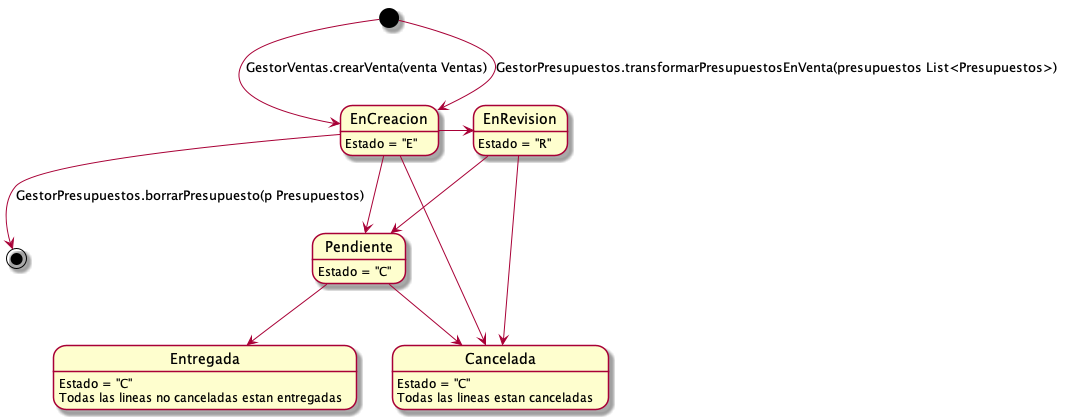
This is Informe Final/Imagenes/DiagramasEstado/DiagramaDeEstado/ventas.png from ZMGestion/DocumentacionZMGestion, a PlantUML export, as it was before one commit.
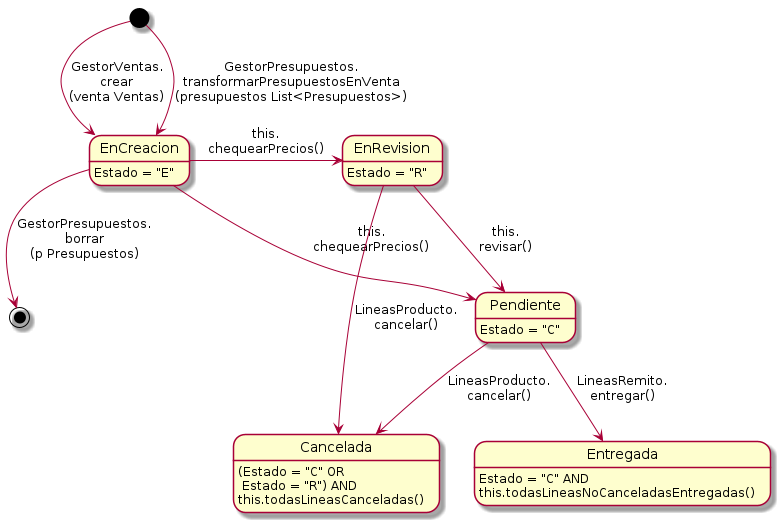
Later version of the same file.

Change to the diagram source:
```diff
@@ -3,21 +3,20 @@
 
 EnCreacion: Estado = "E"
 EnRevision: Estado = "R"
-Cancelada: Estado = "C"
-Cancelada: Todas las lineas estan canceladas
+Cancelada: (Estado = "C" OR\n Estado = "R") AND
+Cancelada: this.todasLineasCanceladas()
 Pendiente: Estado = "C"
-Entregada: Estado = "C"
-Entregada: Todas las lineas no canceladas estan entregadas
+Entregada: Estado = "C" AND
+Entregada: this.todasLineasNoCanceladasEntregadas()
 
-[*] --> EnCreacion: GestorVentas.crearVenta(venta Ventas)
-[*] --> EnCreacion: GestorPresupuestos.transformarPresupuestosEnVenta(presupuestos List<Presupuestos>)
-EnCreacion --> [*]: GestorPresupuestos.borrarPresupuesto(p Presupuestos)
-EnCreacion -> EnRevision
-EnCreacion --> Pendiente
-EnCreacion --> Cancelada
-EnRevision --> Cancelada
-EnRevision --> Pendiente
-Pendiente --> Cancelada
-Pendiente --> Entregada
+[*] --> EnCreacion: GestorVentas.\ncrear\n(venta Ventas)
+[*] --> EnCreacion: GestorPresupuestos.\ntransformarPresupuestosEnVenta\n(presupuestos List<Presupuestos>)
+EnCreacion --> [*]: GestorPresupuestos.\nborrar\n(p Presupuestos)
+EnCreacion -> EnRevision: this.\nchequearPrecios()
+EnCreacion --> Pendiente: this.\nchequearPrecios()
+EnRevision --> Cancelada: LineasProducto.\ncancelar()
+EnRevision --> Pendiente: this.\nrevisar()
+Pendiente --> Cancelada: LineasProducto.\ncancelar()
+Pendiente --> Entregada: LineasRemito.\nentregar()
 
 @enduml
```
